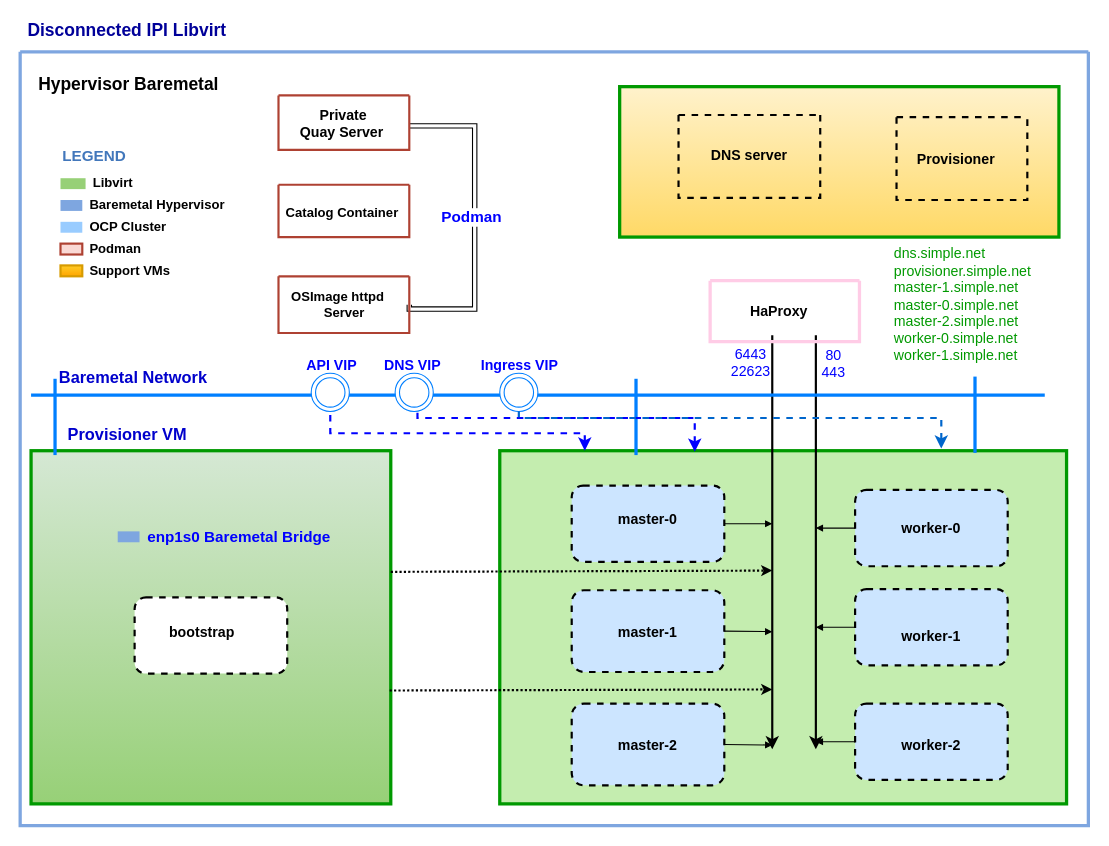
Above: Untitled Diagram.drawio in ansvu/ava-project (draw.io), before the change. Source tidied: cells renumbered, new cells numbered last; positions are measured from the earlier drawing's top-left corner, leaving out a move shared by most shapes. Both pictures are drawn from the tidied source at 109%, with x=0, y=0 at pixel (20, 19).
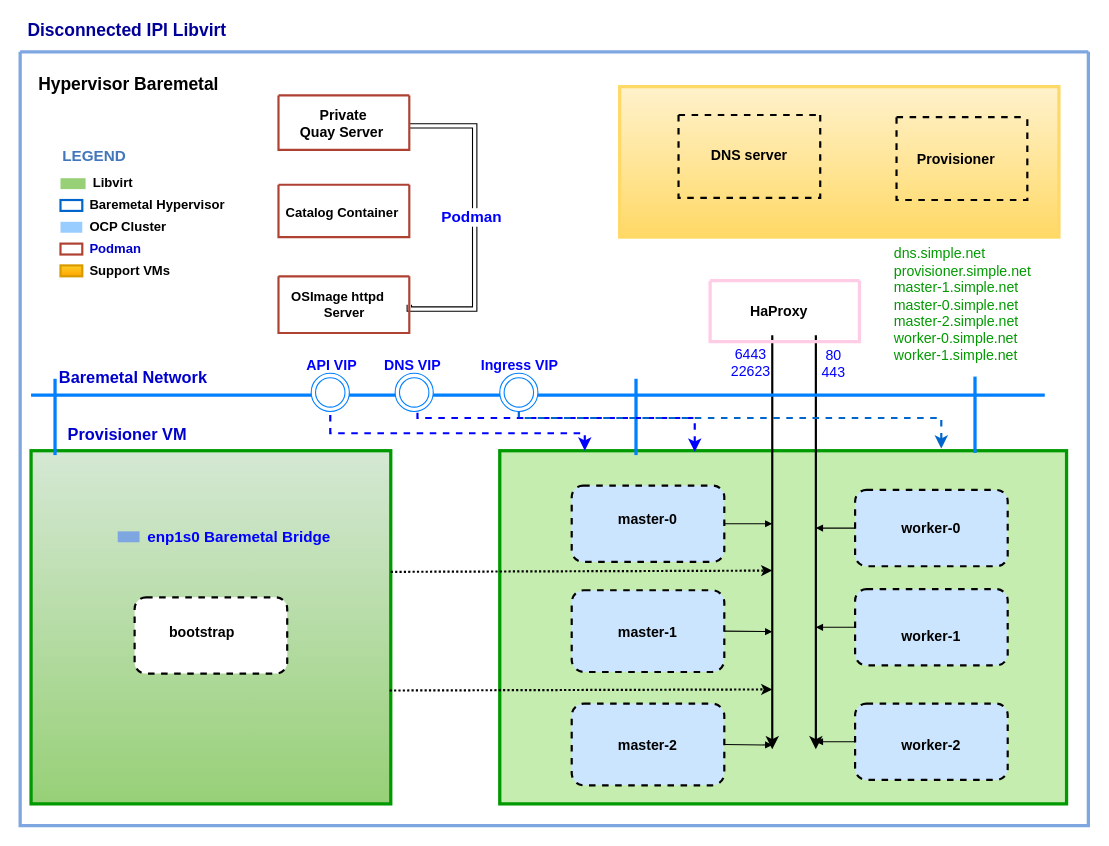
The same page after the edit.

The change refers to these unchanged cells:
```xml
<mxCell id="2" value="&lt;span style=&quot;color: rgb(66, 119, 187); font-family: helvetica; font-size: 12px; font-style: normal; font-weight: 400; letter-spacing: normal; text-align: left; text-indent: 0px; text-transform: none; word-spacing: 0px; background-color: rgb(248, 249, 250); display: inline; float: none;&quot;&gt;Application component&lt;/span&gt;" style="swimlane;shadow=0;strokeColor=#7EA6E0;fillColor=#D4E1F5;align=right;startSize=0;noLabel=1;strokeWidth=3;" parent="1" vertex="1">
  <mxGeometry y="30" width="980" height="710" as="geometry" />
</mxCell>
```

What changed in the source:
```diff
@@
-    <mxCell id="5" value="&lt;b&gt;&lt;font color=&quot;#000000&quot;&gt;Baremetal Hypervisor&lt;/font&gt;&lt;/b&gt;" style="rounded=0;html=1;shadow=0;labelBackgroundColor=none;strokeColor=none;strokeWidth=2;fillColor=#7EA6E0;gradientColor=none;fontSize=12;fontColor=#4277BB;align=left;labelPosition=right;verticalLabelPosition=middle;verticalAlign=middle;spacingLeft=5;" parent="2" vertex="1">
+    <mxCell id="5" value="&lt;b&gt;&lt;font color=&quot;#000000&quot;&gt;Baremetal Hypervisor&lt;/font&gt;&lt;/b&gt;" style="rounded=0;html=1;shadow=0;labelBackgroundColor=none;strokeColor=#0066CC;strokeWidth=2;fillColor=none;gradientColor=none;fontSize=12;fontColor=#4277BB;align=left;labelPosition=right;verticalLabelPosition=middle;verticalAlign=middle;spacingLeft=5;" parent="2" vertex="1">
       <mxGeometry x="37" y="136" width="20" height="10" as="geometry" />
     </mxCell>
@@
-    <mxCell id="38" value="&lt;b&gt;Podman&lt;/b&gt;" style="rounded=0;html=1;shadow=0;labelBackgroundColor=none;strokeColor=#ae4132;strokeWidth=2;fillColor=#fad9d5;fontSize=12;align=left;labelPosition=right;verticalLabelPosition=middle;verticalAlign=middle;spacingLeft=5;" parent="2" vertex="1">
+    <mxCell id="38" value="&lt;font color=&quot;#0000cc&quot;&gt;&lt;b&gt;Podman&lt;/b&gt;&lt;/font&gt;" style="rounded=0;html=1;shadow=0;labelBackgroundColor=none;strokeColor=#ae4132;strokeWidth=2;fillColor=#FFFFFF;fontSize=12;align=left;labelPosition=right;verticalLabelPosition=middle;verticalAlign=middle;spacingLeft=5;" parent="2" vertex="1">
       <mxGeometry x="37" y="176" width="20" height="10" as="geometry" />
     </mxCell>
@@
-    <mxCell id="45" style="rounded=0;whiteSpace=wrap;html=1;labelBackgroundColor=default;fontSize=17;fillColor=#fff2cc;gradientColor=#ffd966;strokeWidth=3;strokeColor=#009900;" parent="2" vertex="1">
+    <mxCell id="45" style="rounded=0;whiteSpace=wrap;html=1;labelBackgroundColor=default;fontSize=17;fillColor=#fff2cc;gradientColor=#ffd966;strokeWidth=3;strokeColor=#FFD966;" parent="2" vertex="1">
       <mxGeometry x="550" y="32" width="403" height="138" as="geometry" />
     </mxCell>
```
